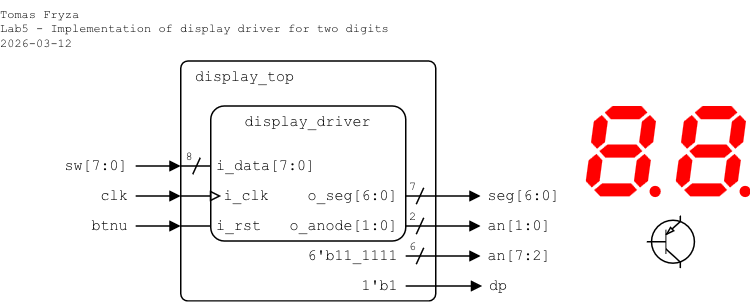
The draw.io diagram lab5-display/images/top-level_ver1.png in tomas-fryza/verilog-examples, before a commit. Source tidied: cells renumbered, new cells last; positions are measured from the earlier drawing's top-left corner, leaving out a move shared by most shapes. Its diagram source:
```xml
<mxGraphModel>
  <root>
    <mxCell id="0" />
    <mxCell id="1" parent="0" />
    <mxCell id="2" value="display_top" style="rounded=1;arcSize=3;whiteSpace=wrap;html=1;align=left;verticalAlign=top;fontFamily=Courier New;absoluteArcSize=0;fillColor=none;fontSize=10;spacingLeft=10;imageHeight=24;spacing=0;" parent="1" vertex="1">
      <mxGeometry x="120" y="40" width="170" height="160" as="geometry" />
    </mxCell>
    <mxCell id="3" style="endArrow=block;html=1;rounded=0;endFill=1;endSize=5;startSize=5;" parent="1" edge="1">
      <mxGeometry relative="1" as="geometry">
        <mxPoint x="90" y="150" as="sourcePoint" />
        <mxPoint x="120" y="150" as="targetPoint" />
      </mxGeometry>
    </mxCell>
    <mxCell id="4" value="&lt;div align=&quot;right&quot;&gt;btnu&lt;/div&gt;" style="text;html=1;align=right;verticalAlign=middle;whiteSpace=wrap;rounded=0;fontFamily=Courier New;fontSize=10;fillOpacity=100;spacing=0;spacingLeft=0;spacingRight=5;" parent="1" vertex="1">
      <mxGeometry x="50" y="140" width="39.6" height="20" as="geometry" />
    </mxCell>
    <mxCell id="5" style="endArrow=block;html=1;rounded=0;endFill=1;endSize=5;startSize=5;" parent="1" edge="1">
      <mxGeometry relative="1" as="geometry">
        <mxPoint x="90" y="130" as="sourcePoint" />
        <mxPoint x="120" y="130" as="targetPoint" />
      </mxGeometry>
    </mxCell>
    <mxCell id="6" value="clk" style="text;html=1;align=right;verticalAlign=middle;whiteSpace=wrap;rounded=0;fontFamily=Courier New;fontSize=10;fillOpacity=100;spacing=0;spacingLeft=0;spacingRight=5;" parent="1" vertex="1">
      <mxGeometry x="60" y="120" width="30" height="20" as="geometry" />
    </mxCell>
    <mxCell id="7" value="display_driver" style="rounded=1;arcSize=10;align=center;verticalAlign=top;fontFamily=Courier New;absoluteArcSize=0;fillColor=none;fixDash=0;fontSize=10;spacingLeft=0;labelBorderColor=none;spacingTop=0;spacing=0;labelBackgroundColor=none;whiteSpace=wrap;html=1;strokeWidth=1;shadow=0;glass=0;" parent="1" vertex="1">
      <mxGeometry x="140" y="70" width="130" height="90" as="geometry" />
    </mxCell>
    <mxCell id="8" value="i_rst" style="text;html=1;align=left;verticalAlign=middle;whiteSpace=wrap;rounded=0;fontFamily=Courier New;fontSize=10;fillOpacity=100;spacingLeft=5;spacing=0;" parent="1" vertex="1">
      <mxGeometry x="139.4" y="140" width="40.6" height="20" as="geometry" />
    </mxCell>
    <mxCell id="9" value="i_clk" style="text;html=1;align=left;verticalAlign=middle;whiteSpace=wrap;rounded=0;fontFamily=Courier New;fontSize=10;fillOpacity=100;spacing=0;spacingLeft=10;" parent="1" vertex="1">
      <mxGeometry x="139.4" y="120" width="50.6" height="20" as="geometry" />
    </mxCell>
    <mxCell id="10" style="endArrow=block;html=1;rounded=0;endFill=0;endSize=5;startSize=5;" parent="1" edge="1">
      <mxGeometry relative="1" as="geometry">
        <mxPoint x="120" y="130" as="sourcePoint" />
        <mxPoint x="147" y="130" as="targetPoint" />
      </mxGeometry>
    </mxCell>
    <mxCell id="11" value="o_seg[6:0]" style="text;html=1;align=right;verticalAlign=middle;whiteSpace=wrap;rounded=0;fontFamily=Courier New;fontSize=10;fillOpacity=100;spacing=0;spacingRight=5;" parent="1" vertex="1">
      <mxGeometry x="200" y="120" width="70" height="20" as="geometry" />
    </mxCell>
    <mxCell id="12" value="i_data[7:0]" style="text;html=1;align=left;verticalAlign=middle;whiteSpace=wrap;rounded=0;fontFamily=Courier New;fontSize=10;fillOpacity=100;spacingLeft=5;spacing=0;" parent="1" vertex="1">
      <mxGeometry x="139.4" y="100" width="70.6" height="20" as="geometry" />
    </mxCell>
    <mxCell id="13" style="endArrow=none;html=1;rounded=0;endFill=0;endSize=5;startSize=5;" parent="1" edge="1">
      <mxGeometry relative="1" as="geometry">
        <mxPoint x="120" y="150" as="sourcePoint" />
        <mxPoint x="140" y="150" as="targetPoint" />
      </mxGeometry>
    </mxCell>
    <mxCell id="14" style="endArrow=block;html=1;rounded=0;endFill=1;endSize=5;startSize=5;" parent="1" edge="1">
      <mxGeometry relative="1" as="geometry">
        <mxPoint x="270" y="130" as="sourcePoint" />
        <mxPoint x="320" y="130" as="targetPoint" />
      </mxGeometry>
    </mxCell>
    <mxCell id="15" value="seg[6:0]" style="text;html=1;align=left;verticalAlign=middle;whiteSpace=wrap;rounded=0;fontFamily=Courier New;fontSize=10;fillOpacity=100;spacing=0;spacingLeft=5;" parent="1" vertex="1">
      <mxGeometry x="320" y="120" width="60" height="20" as="geometry" />
    </mxCell>
    <mxCell id="16" style="endArrow=block;html=1;rounded=0;endFill=1;orthogonal=1;endSize=5;startSize=5;" parent="1" edge="1">
      <mxGeometry relative="1" as="geometry">
        <mxPoint x="270" y="170" as="sourcePoint" />
        <mxPoint x="320" y="170" as="targetPoint" />
      </mxGeometry>
    </mxCell>
    <mxCell id="17" value="6'b11_1111" style="text;html=1;align=right;verticalAlign=middle;whiteSpace=wrap;rounded=0;fontFamily=Courier New;fontSize=10;fillOpacity=100;spacing=0;spacingLeft=0;spacingRight=5;" parent="1" vertex="1">
      <mxGeometry x="200" y="160" width="70" height="20" as="geometry" />
    </mxCell>
    <mxCell id="18" value="an[7:2]" style="text;html=1;align=left;verticalAlign=middle;whiteSpace=wrap;rounded=0;fontFamily=Courier New;fontSize=10;fillOpacity=100;spacing=0;spacingLeft=5;" parent="1" vertex="1">
      <mxGeometry x="320" y="160" width="50" height="20" as="geometry" />
    </mxCell>
    <mxCell id="19" style="endArrow=block;html=1;rounded=0;endFill=1;orthogonal=1;endSize=5;startSize=5;" parent="1" edge="1">
      <mxGeometry relative="1" as="geometry">
        <mxPoint x="270" y="150" as="sourcePoint" />
        <mxPoint x="320" y="150" as="targetPoint" />
      </mxGeometry>
    </mxCell>
    <mxCell id="20" value="an[1:0]" style="text;html=1;align=left;verticalAlign=middle;whiteSpace=wrap;rounded=0;fontFamily=Courier New;fontSize=10;fillOpacity=100;spacing=0;spacingLeft=5;" parent="1" vertex="1">
      <mxGeometry x="320" y="140" width="20" height="20" as="geometry" />
    </mxCell>
    <mxCell id="21" value="7" style="text;html=1;align=center;verticalAlign=middle;whiteSpace=wrap;rounded=0;fontFamily=Courier New;fontSize=8;fillOpacity=100;spacing=2;spacingRight=0;" parent="1" vertex="1">
      <mxGeometry x="270" y="114" width="10" height="20" as="geometry" />
    </mxCell>
    <mxCell id="22" style="endArrow=none;html=1;rounded=0;startArrow=none;startFill=0;endSize=4;startSize=4;" parent="1" edge="1">
      <mxGeometry relative="1" as="geometry">
        <mxPoint x="282" y="124.5" as="sourcePoint" />
        <mxPoint x="277" y="135.5" as="targetPoint" />
      </mxGeometry>
    </mxCell>
    <mxCell id="23" value="6" style="text;html=1;align=center;verticalAlign=middle;whiteSpace=wrap;rounded=0;fontFamily=Courier New;fontSize=8;fillOpacity=100;spacing=2;spacingRight=0;" parent="1" vertex="1">
      <mxGeometry x="270" y="154" width="10" height="20" as="geometry" />
    </mxCell>
    <mxCell id="24" style="endArrow=none;html=1;rounded=0;startArrow=none;startFill=0;endSize=4;startSize=4;" parent="1" edge="1">
      <mxGeometry relative="1" as="geometry">
        <mxPoint x="282" y="164.5" as="sourcePoint" />
        <mxPoint x="277" y="175.5" as="targetPoint" />
      </mxGeometry>
    </mxCell>
    <mxCell id="25" value="&lt;div&gt;Tomas Fryza&lt;/div&gt;&lt;div&gt;Lab5 - Implementation of display driver for two digits&lt;/div&gt;&lt;div&gt;2026-03-12&lt;/div&gt;" style="text;html=1;align=left;verticalAlign=top;whiteSpace=wrap;rounded=0;fontFamily=Courier New;fontSize=8;fillOpacity=100;spacing=0;spacingLeft=0;" parent="1" vertex="1">
      <mxGeometry width="280" height="40" as="geometry" />
    </mxCell>
    <mxCell id="26" value="o_anode[1:0]" style="text;html=1;align=right;verticalAlign=middle;whiteSpace=wrap;rounded=0;fontFamily=Courier New;fontSize=10;fillOpacity=100;spacing=0;spacingRight=5;" parent="1" vertex="1">
      <mxGeometry x="190" y="140" width="80" height="20" as="geometry" />
    </mxCell>
    <mxCell id="27" style="endArrow=block;html=1;rounded=0;endFill=1;endSize=5;startSize=5;" parent="1" edge="1">
      <mxGeometry relative="1" as="geometry">
        <mxPoint x="90" y="110" as="sourcePoint" />
        <mxPoint x="120" y="110" as="targetPoint" />
      </mxGeometry>
    </mxCell>
    <mxCell id="28" value="sw[7:0]" style="text;html=1;align=right;verticalAlign=middle;whiteSpace=wrap;rounded=0;fontFamily=Courier New;fontSize=10;fillOpacity=100;spacing=0;spacingLeft=0;spacingRight=5;" parent="1" vertex="1">
      <mxGeometry x="40" y="100" width="49.6" height="20" as="geometry" />
    </mxCell>
    <mxCell id="29" style="endArrow=none;html=1;rounded=0;endFill=0;endSize=5;startSize=5;" parent="1" edge="1">
      <mxGeometry relative="1" as="geometry">
        <mxPoint x="120" y="110" as="sourcePoint" />
        <mxPoint x="140" y="110" as="targetPoint" />
      </mxGeometry>
    </mxCell>
    <mxCell id="30" value="8" style="text;html=1;align=center;verticalAlign=middle;whiteSpace=wrap;rounded=0;fontFamily=Courier New;fontSize=8;fillOpacity=100;spacing=2;spacingRight=0;" parent="1" vertex="1">
      <mxGeometry x="121" y="94" width="10" height="20" as="geometry" />
    </mxCell>
    <mxCell id="31" style="endArrow=none;html=1;rounded=0;startArrow=none;startFill=0;endSize=4;startSize=4;" parent="1" edge="1">
      <mxGeometry relative="1" as="geometry">
        <mxPoint x="133" y="104.5" as="sourcePoint" />
        <mxPoint x="128" y="115.5" as="targetPoint" />
      </mxGeometry>
    </mxCell>
    <mxCell id="32" style="endArrow=block;html=1;rounded=0;endFill=1;orthogonal=1;endSize=5;startSize=5;" parent="1" edge="1">
      <mxGeometry relative="1" as="geometry">
        <mxPoint x="270" y="190" as="sourcePoint" />
        <mxPoint x="321" y="190" as="targetPoint" />
      </mxGeometry>
    </mxCell>
    <mxCell id="33" value="dp" style="text;html=1;align=left;verticalAlign=middle;whiteSpace=wrap;rounded=0;fontFamily=Courier New;fontSize=10;fillOpacity=100;spacing=0;spacingLeft=5;" parent="1" vertex="1">
      <mxGeometry x="321" y="180" width="20" height="20" as="geometry" />
    </mxCell>
    <mxCell id="34" value="1'b1" style="text;html=1;align=right;verticalAlign=middle;whiteSpace=wrap;rounded=0;fontFamily=Courier New;fontSize=10;fillOpacity=100;spacing=0;spacingLeft=0;spacingRight=5;" parent="1" vertex="1">
      <mxGeometry x="240" y="180" width="30" height="20" as="geometry" />
    </mxCell>
    <mxCell id="35" style="verticalLabelPosition=bottom;shadow=0;dashed=0;align=center;html=1;verticalAlign=top;shape=mxgraph.electrical.opto_electronics.7_segment_display_with_dp;fillColor=#FF0000;strokeColor=none;" parent="1" vertex="1">
      <mxGeometry x="390" y="70" width="50" height="60.8" as="geometry" />
    </mxCell>
    <mxCell id="36" style="verticalLabelPosition=bottom;shadow=0;dashed=0;align=center;html=1;verticalAlign=top;shape=mxgraph.electrical.opto_electronics.7_segment_display_with_dp;fillColor=#FF0000;strokeColor=none;" parent="1" vertex="1">
      <mxGeometry x="450" y="70" width="50" height="60.8" as="geometry" />
    </mxCell>
    <mxCell id="37" style="verticalLabelPosition=bottom;shadow=0;dashed=0;align=center;html=1;verticalAlign=top;shape=mxgraph.electrical.transistors.pnp_transistor_1;" parent="1" vertex="1">
      <mxGeometry x="430" y="143" width="33.2" height="35" as="geometry" />
    </mxCell>
    <mxCell id="38" value="2" style="text;html=1;align=center;verticalAlign=middle;whiteSpace=wrap;rounded=0;fontFamily=Courier New;fontSize=8;fillOpacity=100;spacing=2;spacingRight=0;" parent="1" vertex="1">
      <mxGeometry x="270" y="134" width="10" height="20" as="geometry" />
    </mxCell>
    <mxCell id="39" style="endArrow=none;html=1;rounded=0;startArrow=none;startFill=0;endSize=4;startSize=4;" parent="1" edge="1">
      <mxGeometry relative="1" as="geometry">
        <mxPoint x="282" y="144.5" as="sourcePoint" />
        <mxPoint x="277" y="155.5" as="targetPoint" />
      </mxGeometry>
    </mxCell>
  </root>
</mxGraphModel>
```
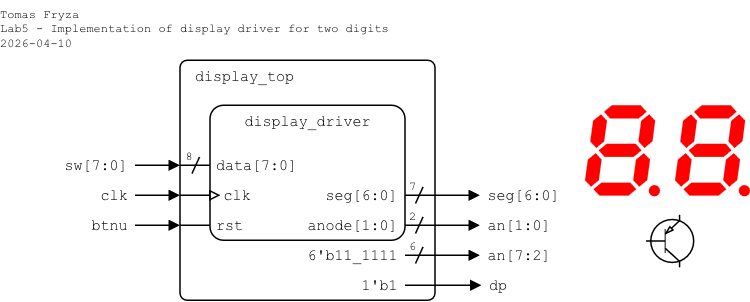
Above is the later version.

What changed in the source:
```diff
@@ -26,10 +26,10 @@
     <mxCell id="7" value="display_driver" style="rounded=1;arcSize=10;align=center;verticalAlign=top;fontFamily=Courier New;absoluteArcSize=0;fillColor=none;fixDash=0;fontSize=10;spacingLeft=0;labelBorderColor=none;spacingTop=0;spacing=0;labelBackgroundColor=none;whiteSpace=wrap;html=1;strokeWidth=1;shadow=0;glass=0;" parent="1" vertex="1">
       <mxGeometry x="140" y="70" width="130" height="90" as="geometry" />
     </mxCell>
-    <mxCell id="8" value="i_rst" style="text;html=1;align=left;verticalAlign=middle;whiteSpace=wrap;rounded=0;fontFamily=Courier New;fontSize=10;fillOpacity=100;spacingLeft=5;spacing=0;" parent="1" vertex="1">
+    <mxCell id="8" value="rst" style="text;html=1;align=left;verticalAlign=middle;whiteSpace=wrap;rounded=0;fontFamily=Courier New;fontSize=10;fillOpacity=100;spacingLeft=5;spacing=0;" parent="1" vertex="1">
       <mxGeometry x="139.4" y="140" width="40.6" height="20" as="geometry" />
     </mxCell>
-    <mxCell id="9" value="i_clk" style="text;html=1;align=left;verticalAlign=middle;whiteSpace=wrap;rounded=0;fontFamily=Courier New;fontSize=10;fillOpacity=100;spacing=0;spacingLeft=10;" parent="1" vertex="1">
+    <mxCell id="9" value="clk" style="text;html=1;align=left;verticalAlign=middle;whiteSpace=wrap;rounded=0;fontFamily=Courier New;fontSize=10;fillOpacity=100;spacing=0;spacingLeft=10;" parent="1" vertex="1">
       <mxGeometry x="139.4" y="120" width="50.6" height="20" as="geometry" />
     </mxCell>
     <mxCell id="10" style="endArrow=block;html=1;rounded=0;endFill=0;endSize=5;startSize=5;" parent="1" edge="1">
@@ -38,10 +38,10 @@
         <mxPoint x="147" y="130" as="targetPoint" />
       </mxGeometry>
     </mxCell>
-    <mxCell id="11" value="o_seg[6:0]" style="text;html=1;align=right;verticalAlign=middle;whiteSpace=wrap;rounded=0;fontFamily=Courier New;fontSize=10;fillOpacity=100;spacing=0;spacingRight=5;" parent="1" vertex="1">
+    <mxCell id="11" value="seg[6:0]" style="text;html=1;align=right;verticalAlign=middle;whiteSpace=wrap;rounded=0;fontFamily=Courier New;fontSize=10;fillOpacity=100;spacing=0;spacingRight=5;" parent="1" vertex="1">
       <mxGeometry x="200" y="120" width="70" height="20" as="geometry" />
     </mxCell>
-    <mxCell id="12" value="i_data[7:0]" style="text;html=1;align=left;verticalAlign=middle;whiteSpace=wrap;rounded=0;fontFamily=Courier New;fontSize=10;fillOpacity=100;spacingLeft=5;spacing=0;" parent="1" vertex="1">
+    <mxCell id="12" value="data[7:0]" style="text;html=1;align=left;verticalAlign=middle;whiteSpace=wrap;rounded=0;fontFamily=Courier New;fontSize=10;fillOpacity=100;spacingLeft=5;spacing=0;" parent="1" vertex="1">
       <mxGeometry x="139.4" y="100" width="70.6" height="20" as="geometry" />
     </mxCell>
     <mxCell id="13" style="endArrow=none;html=1;rounded=0;endFill=0;endSize=5;startSize=5;" parent="1" edge="1">
@@ -98,10 +98,10 @@
         <mxPoint x="277" y="175.5" as="targetPoint" />
       </mxGeometry>
     </mxCell>
-    <mxCell id="25" value="&lt;div&gt;Tomas Fryza&lt;/div&gt;&lt;div&gt;Lab5 - Implementation of display driver for two digits&lt;/div&gt;&lt;div&gt;2026-03-12&lt;/div&gt;" style="text;html=1;align=left;verticalAlign=top;whiteSpace=wrap;rounded=0;fontFamily=Courier New;fontSize=8;fillOpacity=100;spacing=0;spacingLeft=0;" parent="1" vertex="1">
+    <mxCell id="25" value="&lt;div&gt;Tomas Fryza&lt;/div&gt;&lt;div&gt;Lab5 - Implementation of display driver for two digits&lt;/div&gt;&lt;div&gt;2026-04-10&lt;/div&gt;" style="text;html=1;align=left;verticalAlign=top;whiteSpace=wrap;rounded=0;fontFamily=Courier New;fontSize=8;fillOpacity=100;spacing=0;spacingLeft=0;" parent="1" vertex="1">
       <mxGeometry width="280" height="40" as="geometry" />
     </mxCell>
-    <mxCell id="26" value="o_anode[1:0]" style="text;html=1;align=right;verticalAlign=middle;whiteSpace=wrap;rounded=0;fontFamily=Courier New;fontSize=10;fillOpacity=100;spacing=0;spacingRight=5;" parent="1" vertex="1">
+    <mxCell id="26" value="anode[1:0]" style="text;html=1;align=right;verticalAlign=middle;whiteSpace=wrap;rounded=0;fontFamily=Courier New;fontSize=10;fillOpacity=100;spacing=0;spacingRight=5;" parent="1" vertex="1">
       <mxGeometry x="190" y="140" width="80" height="20" as="geometry" />
     </mxCell>
     <mxCell id="27" style="endArrow=block;html=1;rounded=0;endFill=1;endSize=5;startSize=5;" parent="1" edge="1">
```
